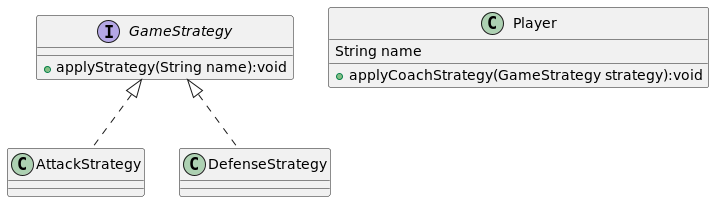
Earlier version of the PlantUML export src/main/resources/strategy.png (souhail-kaci/football-patterns).
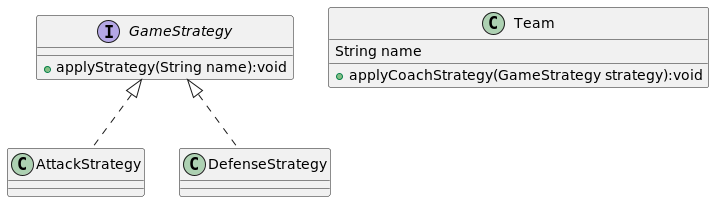
Above is the later version.

Commit message:
maj strategy pattern replace player with team

Change to the diagram source:
```diff
@@ -5,7 +5,7 @@
 }
 class AttackStrategy
 class DefenseStrategy
-class Player {
+class Team {
 String name
 +applyCoachStrategy(GameStrategy strategy):void
 }
```
